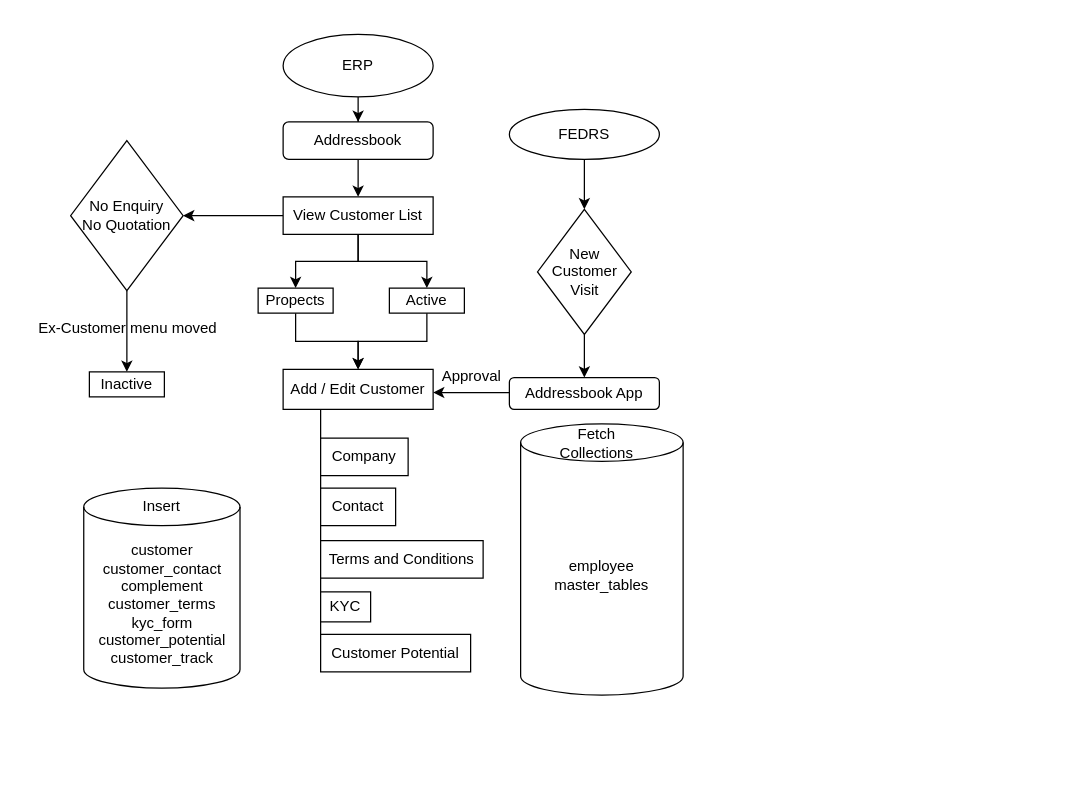
Before: Addressbook_Flow.drawio in Sathyapriya30/MERN_CRUD_BACKEND, a draw.io diagram. Source tidied: cells renumbered, new cells numbered last; positions are measured from the earlier drawing's top-left corner, leaving out a move shared by most shapes. Both pictures are drawn from the tidied source at 125%, with x=0, y=0 at pixel (21, 34).
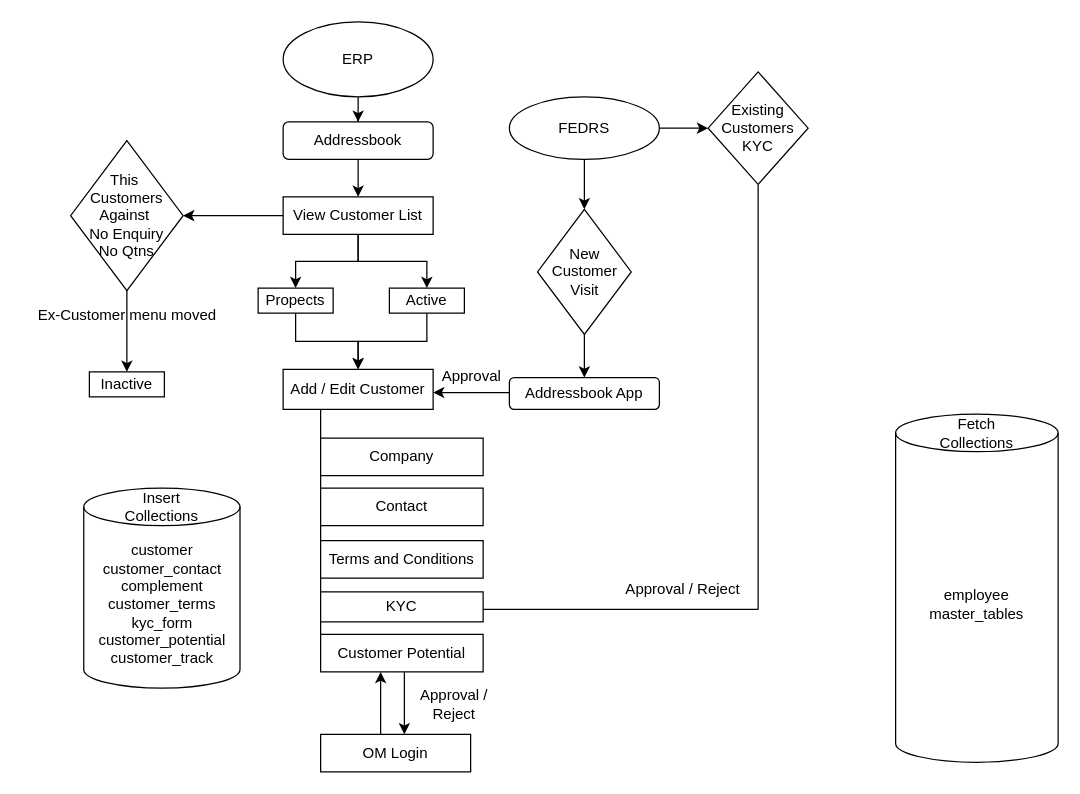
The same diagram, later.

The edit, as a diff of the source:
```diff
@@
+    <mxCell id="36" style="edgeStyle=orthogonalEdgeStyle;rounded=0;jettySize=auto;html=1;entryX=0;entryY=0.5;entryDx=0;entryDy=0;" parent="1" edge="1" source="5" target="43">
+      <mxGeometry relative="1" as="geometry" />
+    </mxCell>
     <mxCell id="5" value="FEDRS" style="ellipse;whiteSpace=wrap;html=1;" parent="1" vertex="1">
-      <mxGeometry x="390" y="60" width="120" height="40" as="geometry" />
+      <mxGeometry x="390" y="50" width="120" height="50" as="geometry" />
     </mxCell>
@@
     <mxCell id="9" value="ERP" style="ellipse;whiteSpace=wrap;html=1;" parent="1" vertex="1">
-      <mxGeometry x="209" width="120" height="50" as="geometry" />
+      <mxGeometry x="209" y="-10" width="120" height="60" as="geometry" />
     </mxCell>
@@
-    <mxCell id="18" value="No Enquiry&lt;br&gt;No Quotation" style="rhombus;whiteSpace=wrap;html=1;" parent="1" vertex="1">
+    <mxCell id="18" value="This&amp;nbsp;&lt;br&gt;Customers Against&amp;nbsp;&lt;br&gt;No Enquiry&lt;br&gt;No Qtns" style="rhombus;whiteSpace=wrap;html=1;" parent="1" vertex="1">
       <mxGeometry x="39" y="85" width="90" height="120" as="geometry" />
     </mxCell>
@@
     <mxCell id="24" value="Ex-Customer menu moved" style="text;html=1;whiteSpace=wrap;strokeColor=none;fillColor=none;align=center;verticalAlign=middle;rounded=0;" parent="1" vertex="1">
-      <mxGeometry y="220" width="170" height="30" as="geometry" />
+      <mxGeometry x="8.5" y="210" width="151" height="30" as="geometry" />
     </mxCell>
     <mxCell id="25" value="Company" style="rounded=0;whiteSpace=wrap;html=1;" parent="1" vertex="1">
-      <mxGeometry x="239" y="323" width="70" height="30" as="geometry" />
+      <mxGeometry x="239" y="323" width="130" height="30" as="geometry" />
     </mxCell>
     <mxCell id="26" value="Contact" style="rounded=0;whiteSpace=wrap;html=1;" parent="1" vertex="1">
-      <mxGeometry x="239" y="363" width="60" height="30" as="geometry" />
+      <mxGeometry x="239" y="363" width="130" height="30" as="geometry" />
     </mxCell>
@@
+    <mxCell id="37" style="edgeStyle=orthogonalEdgeStyle;rounded=0;orthogonalLoop=1;jettySize=auto;html=1;endArrow=classic;endFill=1;" parent="1" edge="1">
+      <mxGeometry relative="1" as="geometry">
+        <mxPoint x="589" y="460" as="sourcePoint" />
+        <mxPoint x="279" y="460" as="targetPoint" />
+      </mxGeometry>
+    </mxCell>
     <mxCell id="28" value="KYC" style="rounded=0;whiteSpace=wrap;html=1;" parent="1" vertex="1">
-      <mxGeometry x="239" y="446" width="40" height="24" as="geometry" />
+      <mxGeometry x="239" y="446" width="130" height="24" as="geometry" />
     </mxCell>
+    <mxCell id="38" style="edgeStyle=orthogonalEdgeStyle;rounded=0;orthogonalLoop=1;jettySize=auto;html=1;entryX=0.75;entryY=0;entryDx=0;entryDy=0;" parent="1" edge="1">
+      <mxGeometry relative="1" as="geometry">
+        <mxPoint x="306" y="510" as="sourcePoint" />
+        <mxPoint x="306" y="560" as="targetPoint" />
+        <Array as="points">
+          <mxPoint x="306" y="520" />
+          <mxPoint x="306" y="520" />
+        </Array>
+      </mxGeometry>
+    </mxCell>
     <mxCell id="29" value="Customer Potential" style="rounded=0;whiteSpace=wrap;html=1;" parent="1" vertex="1">
-      <mxGeometry x="239" y="480" width="120" height="30" as="geometry" />
+      <mxGeometry x="239" y="480" width="130" height="30" as="geometry" />
     </mxCell>
@@
-    <mxCell id="33" value="Insert" style="text;html=1;whiteSpace=wrap;strokeColor=none;fillColor=none;align=center;verticalAlign=middle;rounded=0;" parent="1" vertex="1">
+    <mxCell id="33" value="Insert Collections" style="text;html=1;whiteSpace=wrap;strokeColor=none;fillColor=none;align=center;verticalAlign=middle;rounded=0;" parent="1" vertex="1">
       <mxGeometry x="82" y="363" width="60" height="30" as="geometry" />
     </mxCell>
     <mxCell id="34" value="employee&lt;br&gt;master_tables" style="shape=cylinder3;whiteSpace=wrap;html=1;boundedLbl=1;backgroundOutline=1;size=15;" parent="1" vertex="1">
-      <mxGeometry x="399" y="311.5" width="130" height="217" as="geometry" />
+      <mxGeometry x="699" y="303.8" width="130" height="278.5" as="geometry" />
     </mxCell>
     <mxCell id="35" value="Fetch Collections" style="text;html=1;whiteSpace=wrap;strokeColor=none;fillColor=none;align=center;verticalAlign=middle;rounded=0;" parent="1" vertex="1">
-      <mxGeometry x="430" y="311.5" width="60" height="30" as="geometry" />
+      <mxGeometry x="734" y="303.8" width="60" height="30" as="geometry" />
     </mxCell>
+    <mxCell id="39" style="edgeStyle=orthogonalEdgeStyle;rounded=0;orthogonalLoop=1;jettySize=auto;html=1;entryX=0.5;entryY=1;entryDx=0;entryDy=0;" parent="1" edge="1">
+      <mxGeometry relative="1" as="geometry">
+        <mxPoint x="287" y="560" as="sourcePoint" />
+        <mxPoint x="287" y="510" as="targetPoint" />
+      </mxGeometry>
+    </mxCell>
+    <mxCell id="40" value="OM Login" style="rounded=0;whiteSpace=wrap;html=1;" parent="1" vertex="1">
+      <mxGeometry x="239" y="560" width="120" height="30" as="geometry" />
+    </mxCell>
+    <mxCell id="41" value="Approval / Reject" style="text;html=1;whiteSpace=wrap;strokeColor=none;fillColor=none;align=center;verticalAlign=middle;rounded=0;" parent="1" vertex="1">
+      <mxGeometry x="316" y="521" width="60" height="30" as="geometry" />
+    </mxCell>
+    <mxCell id="42" style="edgeStyle=orthogonalEdgeStyle;rounded=0;jettySize=auto;html=1;endArrow=none;endFill=0;" parent="1" edge="1" source="43">
+      <mxGeometry relative="1" as="geometry">
+        <mxPoint x="589" y="460" as="targetPoint" />
+      </mxGeometry>
+    </mxCell>
+    <mxCell id="43" value="Existing Customers&lt;br&gt;KYC" style="rhombus;whiteSpace=wrap;html=1;" parent="1" vertex="1">
+      <mxGeometry x="549" y="30" width="80" height="90" as="geometry" />
+    </mxCell>
+    <mxCell id="44" value="Approval / Reject" style="text;html=1;whiteSpace=wrap;strokeColor=none;fillColor=none;align=center;verticalAlign=middle;rounded=0;" parent="1" vertex="1">
+      <mxGeometry x="469" y="429" width="120" height="30" as="geometry" />
+    </mxCell>
```
